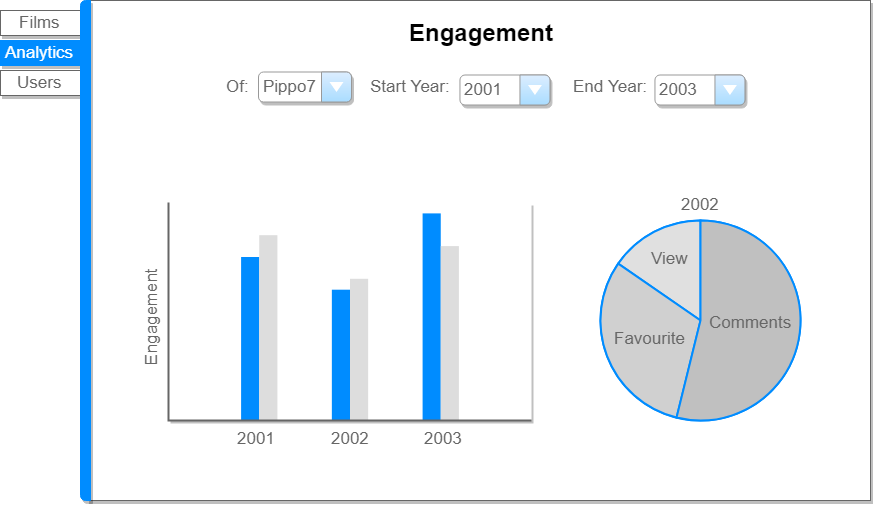
Before: Task2/Documentation/Diagrams/MockupEngagment.png, a diagram exported from draw.io (unipi-fr/LargeScaleMultiStructureDatabases). Source tidied: cells renumbered, new cells last; positions are measured from the earlier drawing's top-left corner, leaving out a move shared by most shapes. The source it was exported from:
```xml
<mxGraphModel>
  <root>
    <mxCell id="0" />
    <mxCell id="1" parent="0" />
    <mxCell id="2" style="strokeWidth=1;shadow=1;dashed=0;align=center;html=1;shape=mxgraph.mockup.containers.marginRect2;rectMarginLeft=67;strokeColor=#666666;fillColor=#ffffff;gradientColor=none;" parent="1" vertex="1">
      <mxGeometry width="850" height="500" as="geometry" />
    </mxCell>
    <mxCell id="3" value="Films" style="strokeColor=inherit;fillColor=inherit;gradientColor=inherit;strokeWidth=1;shadow=1;dashed=0;align=center;html=1;shape=mxgraph.mockup.containers.rrect;rSize=0;fontSize=17;fontColor=#666666;" parent="2" vertex="1">
      <mxGeometry width="80" height="25" relative="1" as="geometry">
        <mxPoint x="-20" y="10" as="offset" />
      </mxGeometry>
    </mxCell>
    <mxCell id="4" value="Analytics" style="strokeWidth=1;shadow=1;dashed=0;align=center;html=1;shape=mxgraph.mockup.containers.rrect;rSize=0;fontSize=17;fontColor=#ffffff;strokeColor=#008cff;fillColor=#008cff;" parent="2" vertex="1">
      <mxGeometry width="80" height="25" relative="1" as="geometry">
        <mxPoint x="-20" y="40" as="offset" />
      </mxGeometry>
    </mxCell>
    <mxCell id="5" value="Users" style="strokeColor=inherit;fillColor=inherit;gradientColor=inherit;strokeWidth=1;shadow=1;dashed=0;align=center;html=1;shape=mxgraph.mockup.containers.rrect;rSize=0;fontSize=17;fontColor=#666666;" parent="2" vertex="1">
      <mxGeometry width="80" height="25" relative="1" as="geometry">
        <mxPoint x="-20" y="70" as="offset" />
      </mxGeometry>
    </mxCell>
    <mxCell id="6" style="strokeWidth=1;shadow=1;dashed=0;align=center;html=1;shape=mxgraph.mockup.containers.leftButton;rSize=5;strokeColor=#008cff;fillColor=#008cff;" parent="2" vertex="1">
      <mxGeometry width="10" height="500" relative="1" as="geometry">
        <mxPoint x="60" as="offset" />
      </mxGeometry>
    </mxCell>
    <mxCell id="7" value="&lt;span style=&quot;color: rgb(102 , 102 , 102) ; font-size: 17px&quot;&gt;End Year:&lt;/span&gt;" style="text;html=1;align=center;verticalAlign=top;spacingTop=-4;shadow=0;glass=0;" parent="2" vertex="1">
      <mxGeometry x="544.5" y="74.1" width="90" height="20" as="geometry" />
    </mxCell>
    <mxCell id="8" value="Engagement" style="text;strokeColor=none;fillColor=none;html=1;fontSize=24;fontStyle=1;verticalAlign=middle;align=center;labelBackgroundColor=none;shadow=0;" parent="2" vertex="1">
      <mxGeometry x="411" y="12" width="100" height="40" as="geometry" />
    </mxCell>
    <mxCell id="9" value="Pippo7" style="strokeWidth=1;shadow=1;dashed=0;align=center;html=1;shape=mxgraph.mockup.forms.comboBox;strokeColor=#999999;fillColor=#ddeeff;align=left;fillColor2=#aaddff;mainText=;fontColor=#666666;fontSize=17;spacingLeft=3;labelBackgroundColor=none;" parent="2" vertex="1">
      <mxGeometry x="238" y="71.5" width="93" height="30" as="geometry" />
    </mxCell>
    <mxCell id="10" value="&lt;span style=&quot;color: rgb(102 , 102 , 102) ; font-size: 17px&quot;&gt;Of:&lt;/span&gt;" style="text;html=1;align=center;verticalAlign=top;spacingTop=-4;shadow=1;" parent="2" vertex="1">
      <mxGeometry x="197.5" y="74.1" width="40" height="20" as="geometry" />
    </mxCell>
    <mxCell id="11" value="&lt;span style=&quot;color: rgb(102 , 102 , 102) ; font-size: 17px&quot;&gt;Start Year:&lt;/span&gt;" style="text;html=1;align=center;verticalAlign=top;spacingTop=-4;shadow=1;" parent="2" vertex="1">
      <mxGeometry x="339.5" y="74.1" width="100" height="20" as="geometry" />
    </mxCell>
    <mxCell id="12" style="verticalLabelPosition=bottom;shadow=1;dashed=0;align=center;html=1;verticalAlign=top;strokeWidth=1;shape=mxgraph.mockup.graphics.columnChart;fillColor=#ffffff;strokeColor=none;strokeColor2=none;strokeColor3=#666666;fillColor2=#008cff;fillColor3=#dddddd;" parent="2" vertex="1">
      <mxGeometry x="148" y="202" width="363" height="218" as="geometry" />
    </mxCell>
    <mxCell id="13" value="&lt;span style=&quot;color: rgb(102 , 102 , 102) ; font-size: 17px&quot;&gt;2002&lt;/span&gt;" style="text;html=1;align=center;verticalAlign=top;spacingTop=-4;shadow=1;" parent="2" vertex="1">
      <mxGeometry x="304.6" y="426.1" width="50" height="20" as="geometry" />
    </mxCell>
    <mxCell id="14" value="&lt;span style=&quot;color: rgb(102 , 102 , 102) ; font-size: 17px&quot;&gt;2003&lt;/span&gt;" style="text;html=1;align=center;verticalAlign=top;spacingTop=-4;shadow=1;" parent="2" vertex="1">
      <mxGeometry x="398.1" y="426.1" width="50" height="20" as="geometry" />
    </mxCell>
    <mxCell id="15" value="&lt;span style=&quot;color: rgb(102 , 102 , 102) ; font-size: 17px&quot;&gt;2001&lt;/span&gt;" style="text;html=1;align=center;verticalAlign=top;spacingTop=-4;shadow=1;" parent="2" vertex="1">
      <mxGeometry x="211" y="426.1" width="50" height="20" as="geometry" />
    </mxCell>
    <mxCell id="16" value="&lt;font color=&quot;#666666&quot;&gt;&lt;span style=&quot;font-size: 17px&quot;&gt;Engagement&lt;/span&gt;&lt;/font&gt;" style="text;html=1;align=center;verticalAlign=top;spacingTop=-4;labelBackgroundColor=none;labelBorderColor=none;horizontal=0;shadow=1;" parent="2" vertex="1">
      <mxGeometry x="118" y="266" width="30" height="100" as="geometry" />
    </mxCell>
    <mxCell id="17" value="2003" style="strokeWidth=1;shadow=1;dashed=0;align=center;html=1;shape=mxgraph.mockup.forms.comboBox;strokeColor=#999999;fillColor=#ddeeff;align=left;fillColor2=#aaddff;mainText=;fontColor=#666666;fontSize=17;spacingLeft=3;labelBackgroundColor=none;" parent="2" vertex="1">
      <mxGeometry x="634.5" y="74.5" width="90" height="30" as="geometry" />
    </mxCell>
    <mxCell id="18" style="verticalLabelPosition=bottom;shadow=0;dashed=0;align=center;html=1;verticalAlign=top;strokeWidth=1;shape=mxgraph.mockup.graphics.pieChart;strokeColor=#008cff;parts=10,20,35;partColors=#e0e0e0,#d0d0d0,#c0c0c0,#b0b0b0,#a0a0a0;strokeWidth=2;" parent="2" vertex="1">
      <mxGeometry x="580" y="220" width="200" height="200" as="geometry" />
    </mxCell>
    <mxCell id="19" value="&lt;span style=&quot;color: rgb(102 , 102 , 102) ; font-size: 17px&quot;&gt;2002&lt;/span&gt;" style="text;html=1;align=center;verticalAlign=top;spacingTop=-4;shadow=1;" parent="2" vertex="1">
      <mxGeometry x="655.1" y="192.1" width="50" height="20" as="geometry" />
    </mxCell>
    <mxCell id="20" value="&lt;span style=&quot;color: rgb(102 , 102 , 102) ; font-size: 17px&quot;&gt;Comments&lt;/span&gt;" style="text;html=1;align=center;verticalAlign=top;spacingTop=-4;shadow=1;" parent="2" vertex="1">
      <mxGeometry x="680.1" y="310.1" width="100" height="20" as="geometry" />
    </mxCell>
    <mxCell id="21" value="&lt;font color=&quot;#666666&quot;&gt;&lt;span style=&quot;font-size: 17px&quot;&gt;View&lt;/span&gt;&lt;/font&gt;" style="text;html=1;align=center;verticalAlign=top;spacingTop=-4;shadow=1;" parent="2" vertex="1">
      <mxGeometry x="624.6" y="246.1" width="50" height="20" as="geometry" />
    </mxCell>
    <mxCell id="22" value="&lt;span style=&quot;color: rgb(102 , 102 , 102) ; font-size: 17px&quot;&gt;Favourite&lt;/span&gt;" style="text;html=1;align=center;verticalAlign=top;spacingTop=-4;shadow=1;" parent="2" vertex="1">
      <mxGeometry x="584.6" y="326.1" width="90" height="20" as="geometry" />
    </mxCell>
    <mxCell id="23" value="2001" style="strokeWidth=1;shadow=1;dashed=0;align=center;html=1;shape=mxgraph.mockup.forms.comboBox;strokeColor=#999999;fillColor=#ddeeff;align=left;fillColor2=#aaddff;mainText=;fontColor=#666666;fontSize=17;spacingLeft=3;labelBackgroundColor=none;" parent="1" vertex="1">
      <mxGeometry x="439.5" y="74.5" width="90" height="30" as="geometry" />
    </mxCell>
  </root>
</mxGraphModel>
```
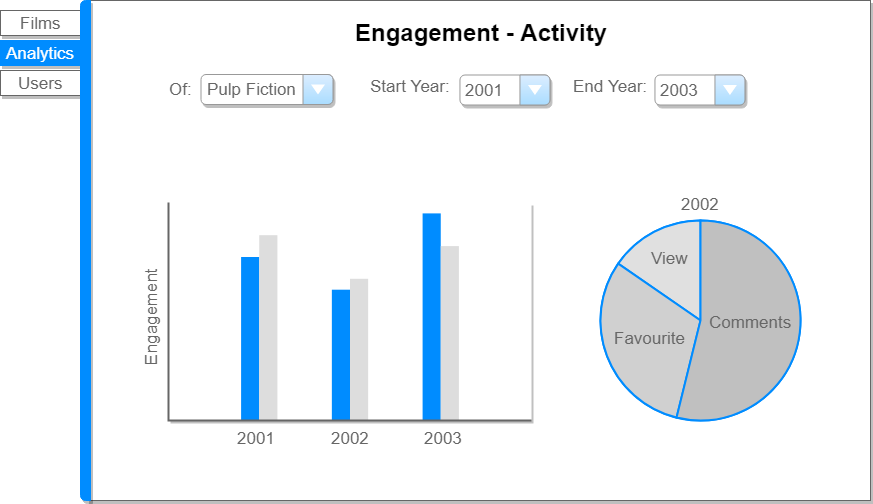
The same file after the commit.

Change to the diagram source:
```diff
@@ -28,14 +28,14 @@
     <mxCell id="7" value="&lt;span style=&quot;color: rgb(102 , 102 , 102) ; font-size: 17px&quot;&gt;End Year:&lt;/span&gt;" style="text;html=1;align=center;verticalAlign=top;spacingTop=-4;shadow=0;glass=0;" parent="2" vertex="1">
       <mxGeometry x="544.5" y="74.1" width="90" height="20" as="geometry" />
     </mxCell>
-    <mxCell id="8" value="Engagement" style="text;strokeColor=none;fillColor=none;html=1;fontSize=24;fontStyle=1;verticalAlign=middle;align=center;labelBackgroundColor=none;shadow=0;" parent="2" vertex="1">
+    <mxCell id="8" value="Engagement - Activity" style="text;strokeColor=none;fillColor=none;html=1;fontSize=24;fontStyle=1;verticalAlign=middle;align=center;labelBackgroundColor=none;shadow=0;" parent="2" vertex="1">
       <mxGeometry x="411" y="12" width="100" height="40" as="geometry" />
     </mxCell>
-    <mxCell id="9" value="Pippo7" style="strokeWidth=1;shadow=1;dashed=0;align=center;html=1;shape=mxgraph.mockup.forms.comboBox;strokeColor=#999999;fillColor=#ddeeff;align=left;fillColor2=#aaddff;mainText=;fontColor=#666666;fontSize=17;spacingLeft=3;labelBackgroundColor=none;" parent="2" vertex="1">
-      <mxGeometry x="238" y="71.5" width="93" height="30" as="geometry" />
+    <mxCell id="9" value="Pulp Fiction" style="strokeWidth=1;shadow=1;dashed=0;align=center;html=1;shape=mxgraph.mockup.forms.comboBox;strokeColor=#999999;fillColor=#ddeeff;align=left;fillColor2=#aaddff;mainText=;fontColor=#666666;fontSize=17;spacingLeft=3;labelBackgroundColor=none;" parent="2" vertex="1">
+      <mxGeometry x="180.5" y="74" width="132" height="30" as="geometry" />
     </mxCell>
     <mxCell id="10" value="&lt;span style=&quot;color: rgb(102 , 102 , 102) ; font-size: 17px&quot;&gt;Of:&lt;/span&gt;" style="text;html=1;align=center;verticalAlign=top;spacingTop=-4;shadow=1;" parent="2" vertex="1">
-      <mxGeometry x="197.5" y="74.1" width="40" height="20" as="geometry" />
+      <mxGeometry x="140" y="76.6" width="40" height="20" as="geometry" />
     </mxCell>
     <mxCell id="11" value="&lt;span style=&quot;color: rgb(102 , 102 , 102) ; font-size: 17px&quot;&gt;Start Year:&lt;/span&gt;" style="text;html=1;align=center;verticalAlign=top;spacingTop=-4;shadow=1;" parent="2" vertex="1">
       <mxGeometry x="339.5" y="74.1" width="100" height="20" as="geometry" />
```
